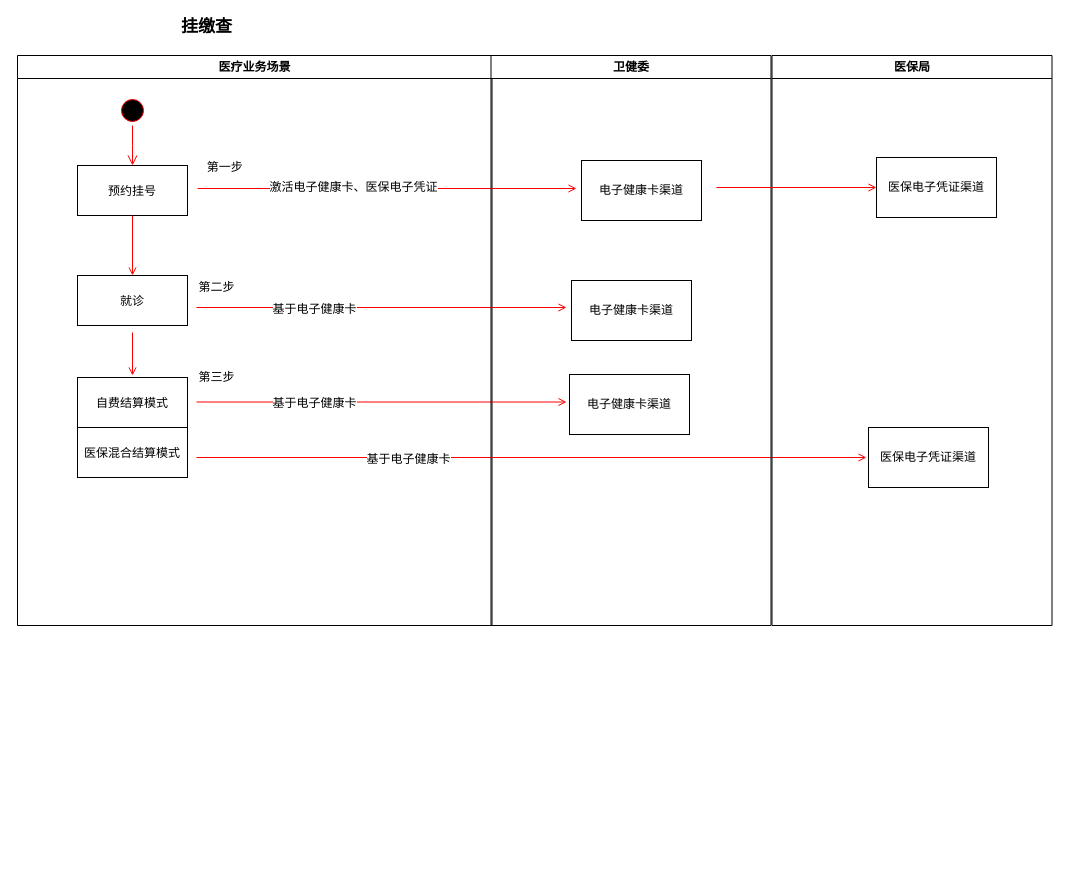
The draw.io diagram Untitled Diagram.drawio in yangyutf/mango-admin, before the edit. Source tidied: cells renumbered, new cells numbered last; positions are measured from the earlier drawing's top-left corner, leaving out a move shared by most shapes. Both pictures are drawn from the tidied source at 100%, with x=0, y=0 at pixel (17, 17).
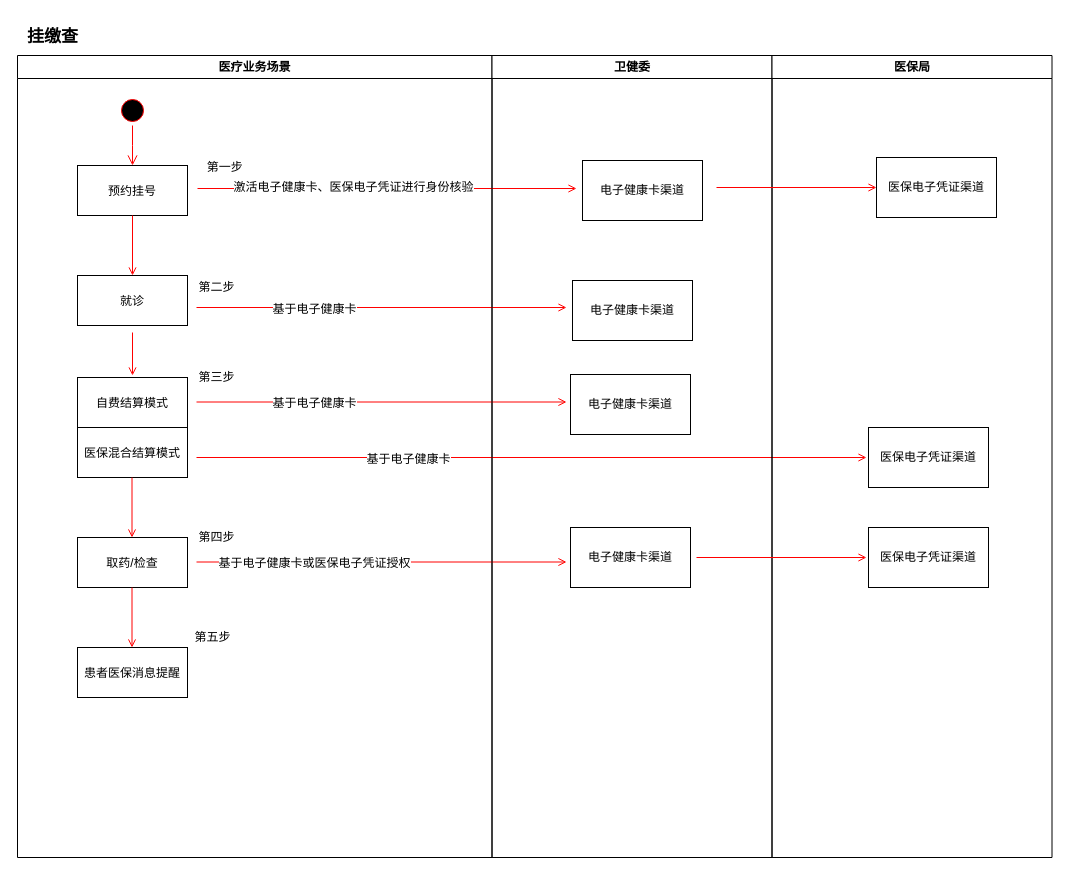
The same page after the edit.

Unchanged cells that the change refers to:
```xml
<mxCell id="9" style="endArrow=open;strokeColor=#FF0000;endFill=1;rounded=0;" parent="2" edge="1">
  <mxGeometry relative="1" as="geometry">
    <mxPoint x="180" y="133" as="sourcePoint" />
    <mxPoint x="559" y="133" as="targetPoint" />
  </mxGeometry>
</mxCell>
```

Diff of the diagram source:
```diff
@@
     <mxCell id="2" value="医疗业务场景" style="swimlane;whiteSpace=wrap;" parent="1" vertex="1">
-      <mxGeometry y="38" width="474.5" height="570" as="geometry" />
+      <mxGeometry y="38" width="474.5" height="802" as="geometry" />
     </mxCell>
@@
-    <mxCell id="10" value="&lt;font style=&quot;font-size: 12px&quot;&gt;激活电子健康卡、医保电子凭证&lt;/font&gt;" style="edgeLabel;html=1;align=center;verticalAlign=middle;fontSize=17;" parent="9" vertex="1">
+    <mxCell id="10" value="&lt;font style=&quot;font-size: 12px&quot;&gt;激活电子健康卡、医保电子凭证进行身份核验&lt;/font&gt;" style="edgeLabel;html=1;align=center;verticalAlign=middle;fontSize=17;" parent="9" vertex="1">
       <mxGeometry x="-0.18" y="3" relative="1" as="geometry" />
     </mxCell>
@@
+    <mxCell id="31" style="endArrow=open;strokeColor=#FF0000;endFill=1;rounded=0;" parent="2" edge="1">
+      <mxGeometry relative="1" as="geometry">
+        <mxPoint x="114.5" y="422" as="sourcePoint" />
+        <mxPoint x="114.5" y="482" as="targetPoint" />
+      </mxGeometry>
+    </mxCell>
+    <mxCell id="32" value="取药/检查" parent="2" vertex="1">
+      <mxGeometry x="60" y="482" width="110" height="50" as="geometry" />
+    </mxCell>
+    <mxCell id="33" style="endArrow=open;strokeColor=#FF0000;endFill=1;rounded=0;" parent="2" edge="1">
+      <mxGeometry relative="1" as="geometry">
+        <mxPoint x="179" y="506.5" as="sourcePoint" />
+        <mxPoint x="549" y="506.5" as="targetPoint" />
+      </mxGeometry>
+    </mxCell>
+    <mxCell id="34" value="基于电子健康卡或医保电子凭证授权" style="edgeLabel;html=1;align=center;verticalAlign=middle;fontSize=12;" parent="33" vertex="1">
+      <mxGeometry x="-0.37" y="-1" relative="1" as="geometry" />
+    </mxCell>
+    <mxCell id="35" style="endArrow=open;strokeColor=#FF0000;endFill=1;rounded=0;" parent="2" edge="1">
+      <mxGeometry relative="1" as="geometry">
+        <mxPoint x="114.5" y="532" as="sourcePoint" />
+        <mxPoint x="114.5" y="592" as="targetPoint" />
+      </mxGeometry>
+    </mxCell>
+    <mxCell id="36" value="患者医保消息提醒" parent="2" vertex="1">
+      <mxGeometry x="60" y="592" width="110" height="50" as="geometry" />
+    </mxCell>
+    <mxCell id="37" value="第五步" style="text;html=1;align=center;verticalAlign=middle;strokeColor=none;fillColor=none;fontSize=12;" parent="2" vertex="1">
+      <mxGeometry x="170" y="572" width="50" height="20" as="geometry" />
+    </mxCell>
     <mxCell id="19" value="卫健委" style="swimlane;whiteSpace=wrap;" parent="1" vertex="1">
-      <mxGeometry x="473.5" y="38" width="280" height="570" as="geometry" />
+      <mxGeometry x="474.5" y="38" width="280" height="802" as="geometry" />
     </mxCell>
@@
+    <mxCell id="38" value="电子健康卡渠道" style="whiteSpace=wrap;html=1;fontSize=12;" parent="19" vertex="1">
+      <mxGeometry x="78.5" y="472" width="120" height="60" as="geometry" />
+    </mxCell>
     <mxCell id="23" value="医保局" style="swimlane;whiteSpace=wrap;" parent="1" vertex="1">
-      <mxGeometry x="754.5" y="38" width="280" height="570" as="geometry" />
+      <mxGeometry x="754.5" y="38" width="280" height="802" as="geometry" />
     </mxCell>
@@
+    <mxCell id="39" style="endArrow=open;strokeColor=#FF0000;endFill=1;rounded=0;" parent="23" edge="1">
+      <mxGeometry relative="1" as="geometry">
+        <mxPoint x="-75.5" y="502" as="sourcePoint" />
+        <mxPoint x="94.5" y="502" as="targetPoint" />
+      </mxGeometry>
+    </mxCell>
+    <mxCell id="40" value="医保电子凭证渠道" style="whiteSpace=wrap;html=1;fontSize=12;" parent="23" vertex="1">
+      <mxGeometry x="96.5" y="472" width="120" height="60" as="geometry" />
+    </mxCell>
     <mxCell id="27" value="&lt;b&gt;&lt;font style=&quot;font-size: 17px&quot;&gt;挂缴查&lt;/font&gt;&lt;/b&gt;" style="text;html=1;align=center;verticalAlign=middle;strokeColor=none;fillColor=none;" parent="1" vertex="1">
-      <mxGeometry x="154" width="70" height="20" as="geometry" />
+      <mxGeometry y="10" width="70" height="20" as="geometry" />
     </mxCell>
@@
+    <mxCell id="41" value="第四步" style="text;html=1;align=center;verticalAlign=middle;strokeColor=none;fillColor=none;fontSize=12;" parent="1" vertex="1">
+      <mxGeometry x="174" y="510" width="50" height="20" as="geometry" />
+    </mxCell>
```
